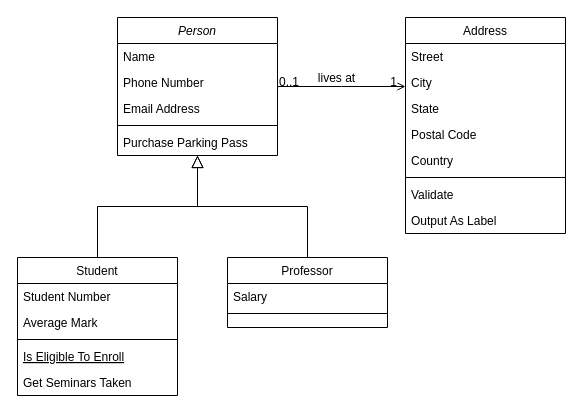
Before: Untitled Diagram.drawio in lordmams/ADVENFT, a draw.io diagram. Source tidied: cells renumbered, new cells numbered last; positions are measured from the earlier drawing's top-left corner, leaving out a move shared by most shapes. Both pictures are drawn from the tidied source at 100%, with x=0, y=0 at pixel (17, 17).
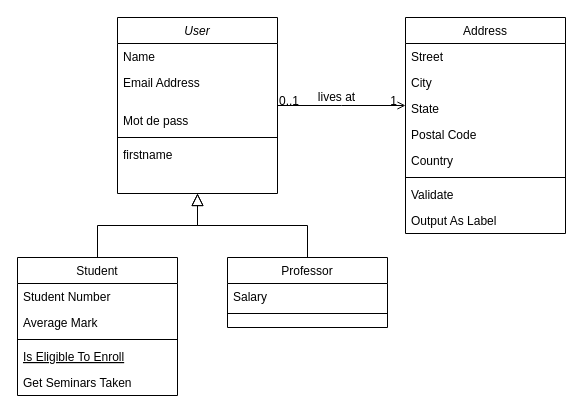
Above is the later version.

Unchanged cells that the change refers to:
```xml
<mxCell id="3" value="Name" style="text;align=left;verticalAlign=top;spacingLeft=4;spacingRight=4;overflow=hidden;points=[[0,0.5],[1,0.5]];portConstraint=eastwest;" parent="2" vertex="1">
  <mxGeometry y="26" width="160" height="26" as="geometry" />
</mxCell>
```

Change to the diagram source:
```diff
@@
-    <mxCell id="2" value="Person" style="swimlane;fontStyle=2;align=center;verticalAlign=top;horizontal=1;startSize=26;rounded=0;shadow=0;strokeWidth=1;" parent="1" vertex="1">
-      <mxGeometry x="100" width="160" height="138" as="geometry" />
+    <mxCell id="2" value="User" style="swimlane;fontStyle=2;align=center;verticalAlign=top;horizontal=1;startSize=26;rounded=0;shadow=0;strokeWidth=1;" parent="1" vertex="1">
+      <mxGeometry x="100" width="160" height="176" as="geometry" />
     </mxCell>
@@
+    <mxCell id="5" value="Email Address" style="text;align=left;verticalAlign=top;spacingLeft=4;spacingRight=4;overflow=hidden;rounded=0;shadow=0;html=0;" parent="2" vertex="1">
+      <mxGeometry y="52" width="160" height="38" as="geometry" />
+    </mxCell>
-    <mxCell id="4" value="Phone Number" style="text;align=left;verticalAlign=top;spacingLeft=4;spacingRight=4;overflow=hidden;rounded=0;shadow=0;html=0;" parent="2" vertex="1">
-      <mxGeometry y="52" width="160" height="26" as="geometry" />
+    <mxCell id="4" value="Mot de pass&#10;" style="text;align=left;verticalAlign=top;spacingLeft=4;spacingRight=4;overflow=hidden;rounded=0;shadow=0;html=0;" parent="2" vertex="1">
+      <mxGeometry y="90" width="160" height="26" as="geometry" />
     </mxCell>
-    <mxCell id="5" value="Email Address" style="text;align=left;verticalAlign=top;spacingLeft=4;spacingRight=4;overflow=hidden;rounded=0;shadow=0;html=0;" parent="2" vertex="1">
-      <mxGeometry y="78" width="160" height="26" as="geometry" />
-    </mxCell>
     <mxCell id="6" style="line;html=1;strokeWidth=1;align=left;verticalAlign=middle;spacingTop=-1;spacingLeft=3;spacingRight=3;labelPosition=right;" parent="2" vertex="1">
-      <mxGeometry y="104" width="160" height="8" as="geometry" />
+      <mxGeometry y="116" width="160" height="8" as="geometry" />
     </mxCell>
-    <mxCell id="7" value="Purchase Parking Pass" style="text;align=left;verticalAlign=top;spacingLeft=4;spacingRight=4;overflow=hidden;" parent="2" vertex="1">
-      <mxGeometry y="112" width="160" height="26" as="geometry" />
+    <mxCell id="7" value="firstname" style="text;align=left;verticalAlign=top;spacingLeft=4;spacingRight=4;overflow=hidden;" parent="2" vertex="1">
+      <mxGeometry y="124" width="160" height="26" as="geometry" />
     </mxCell>
+    <mxCell id="32" style="edgeStyle=orthogonalEdgeStyle;rounded=0;orthogonalLoop=1;jettySize=auto;html=1;exitX=1;exitY=0.5;exitDx=0;exitDy=0;" parent="2" edge="1" source="3" target="3">
+      <mxGeometry relative="1" as="geometry" />
+    </mxCell>
```
